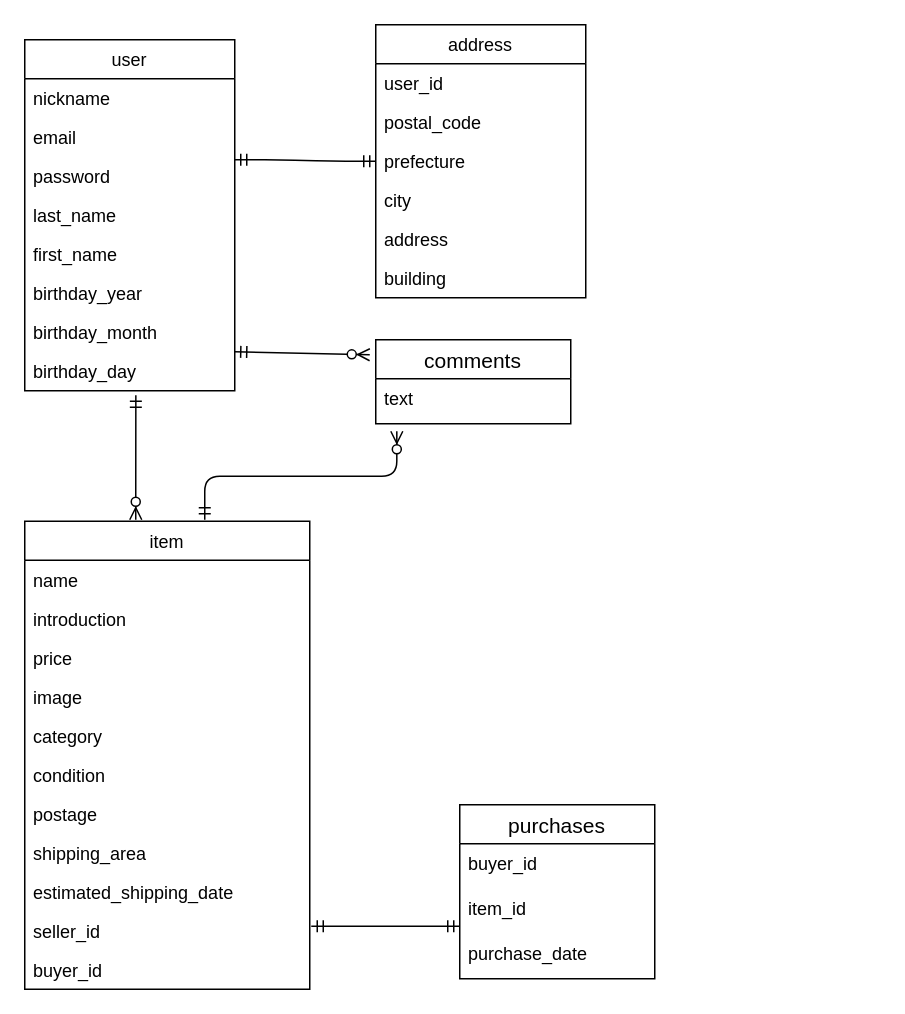
Before: furima-31996.dio in mr0216/furima-31996, a draw.io diagram. Source tidied: cells renumbered, new cells numbered last; positions are measured from the earlier drawing's top-left corner, leaving out a move shared by most shapes. Both pictures are drawn from the tidied source at 150%, with x=0, y=0 at pixel (24, 24).
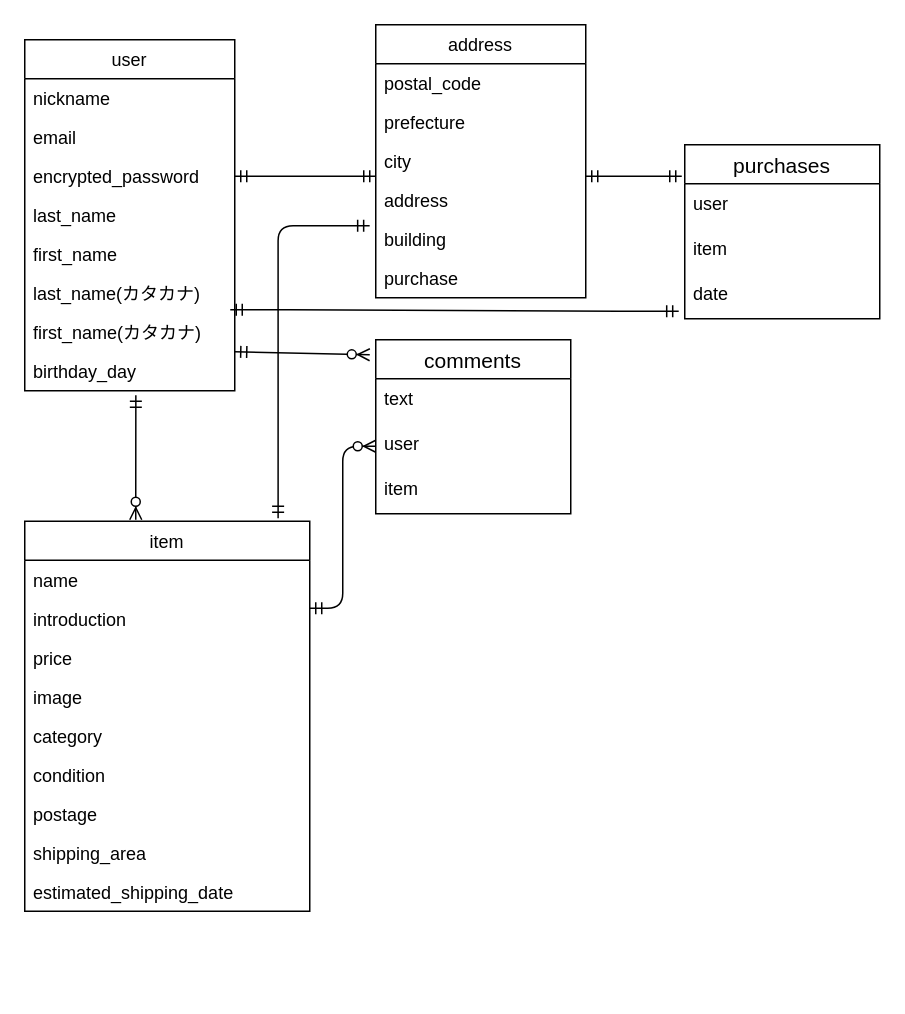
After the change.

The change refers to these unchanged cells:
```xml
<mxCell id="2" value="user" style="swimlane;fontStyle=0;horizontal=1;startSize=26;fillColor=none;" parent="1" vertex="1">
  <mxGeometry y="10" width="140" height="234" as="geometry" />
</mxCell>
<mxCell id="10" value="birthday_day" style="text;strokeColor=none;fillColor=none;align=left;verticalAlign=top;spacingLeft=4;spacingRight=4;overflow=hidden;points=[[0,0.5],[1,0.5]];portConstraint=eastwest;" parent="2" vertex="1">
  <mxGeometry y="208" width="140" height="26" as="geometry" />
</mxCell>
<mxCell id="12" value="address" style="swimlane;fontStyle=0;horizontal=1;startSize=26;fillColor=none;" parent="1" vertex="1">
  <mxGeometry x="234" width="140" height="182" as="geometry" />
</mxCell>
```

Diff of the diagram source:
```diff
@@
-    <mxCell id="5" value="password" style="text;strokeColor=none;fillColor=none;align=left;verticalAlign=top;spacingLeft=4;spacingRight=4;overflow=hidden;" parent="2" vertex="1">
+    <mxCell id="5" value="encrypted_password" style="text;strokeColor=none;fillColor=none;align=left;verticalAlign=top;spacingLeft=4;spacingRight=4;overflow=hidden;" parent="2" vertex="1">
       <mxGeometry y="78" width="140" height="26" as="geometry" />
     </mxCell>
@@
-    <mxCell id="8" value="birthday_year" style="text;strokeColor=none;fillColor=none;align=left;verticalAlign=top;spacingLeft=4;spacingRight=4;overflow=hidden;" parent="2" vertex="1">
+    <mxCell id="8" value="last_name(カタカナ)" style="text;strokeColor=none;fillColor=none;align=left;verticalAlign=top;spacingLeft=4;spacingRight=4;overflow=hidden;" parent="2" vertex="1">
       <mxGeometry y="156" width="140" height="26" as="geometry" />
     </mxCell>
-    <mxCell id="9" value="birthday_month" style="text;strokeColor=none;fillColor=none;align=left;verticalAlign=top;spacingLeft=4;spacingRight=4;overflow=hidden;" parent="2" vertex="1">
+    <mxCell id="9" value="first_name(カタカナ)" style="text;strokeColor=none;fillColor=none;align=left;verticalAlign=top;spacingLeft=4;spacingRight=4;overflow=hidden;" parent="2" vertex="1">
       <mxGeometry y="182" width="140" height="26" as="geometry" />
     </mxCell>
@@
-    <mxCell id="11" style="edgeStyle=entityRelationEdgeStyle;fontSize=12;html=1;endArrow=ERmandOne;startArrow=ERmandOne;entryX=0;entryY=0.833;entryDx=0;entryDy=0;entryPerimeter=0;" parent="1" edge="1" target="33">
+    <mxCell id="11" style="edgeStyle=entityRelationEdgeStyle;fontSize=12;html=1;endArrow=ERmandOne;startArrow=ERmandOne;entryX=-0.031;entryY=0.833;entryDx=0;entryDy=0;entryPerimeter=0;" parent="1" edge="1" target="34">
       <mxGeometry relative="1" as="geometry">
-        <mxPoint x="191" y="601" as="sourcePoint" />
+        <mxPoint x="137" y="190" as="sourcePoint" />
       </mxGeometry>
     </mxCell>
@@
-    <mxCell id="13" value="user_id" style="text;strokeColor=none;fillColor=none;align=left;verticalAlign=top;spacingLeft=4;spacingRight=4;overflow=hidden;" parent="12" vertex="1">
-      <mxGeometry y="26" width="140" height="26" as="geometry" />
-    </mxCell>
     <mxCell id="14" value="postal_code" style="text;strokeColor=none;fillColor=none;align=left;verticalAlign=top;spacingLeft=4;spacingRight=4;overflow=hidden;" parent="12" vertex="1">
-      <mxGeometry y="52" width="140" height="26" as="geometry" />
+      <mxGeometry y="26" width="140" height="26" as="geometry" />
     </mxCell>
     <mxCell id="15" value="prefecture" style="text;strokeColor=none;fillColor=none;align=left;verticalAlign=top;spacingLeft=4;spacingRight=4;overflow=hidden;points=[[0,0.5],[1,0.5]];portConstraint=eastwest;" parent="12" vertex="1">
-      <mxGeometry y="78" width="140" height="26" as="geometry" />
+      <mxGeometry y="52" width="140" height="26" as="geometry" />
     </mxCell>
     <mxCell id="16" value="city" style="text;strokeColor=none;fillColor=none;align=left;verticalAlign=top;spacingLeft=4;spacingRight=4;overflow=hidden;" parent="12" vertex="1">
-      <mxGeometry y="104" width="140" height="26" as="geometry" />
+      <mxGeometry y="78" width="140" height="26" as="geometry" />
     </mxCell>
     <mxCell id="17" value="address" style="text;strokeColor=none;fillColor=none;align=left;verticalAlign=top;spacingLeft=4;spacingRight=4;overflow=hidden;" parent="12" vertex="1">
-      <mxGeometry y="130" width="140" height="26" as="geometry" />
+      <mxGeometry y="104" width="140" height="26" as="geometry" />
     </mxCell>
     <mxCell id="18" value="building" style="text;strokeColor=none;fillColor=none;align=left;verticalAlign=top;spacingLeft=4;spacingRight=4;overflow=hidden;points=[[0,0.5],[1,0.5]];portConstraint=eastwest;" parent="12" vertex="1">
-      <mxGeometry y="156" width="140" height="26" as="geometry" />
+      <mxGeometry y="130" width="140" height="26" as="geometry" />
     </mxCell>
+    <mxCell id="41" value="purchase" style="text;strokeColor=none;fillColor=none;align=left;verticalAlign=top;spacingLeft=4;spacingRight=4;overflow=hidden;" parent="12" vertex="1">
+      <mxGeometry y="156" width="140" height="26" as="geometry" />
+    </mxCell>
     <mxCell id="19" value="item" style="swimlane;fontStyle=0;horizontal=1;startSize=26;fillColor=none;" parent="1" vertex="1">
-      <mxGeometry y="331" width="190" height="312" as="geometry" />
+      <mxGeometry y="331" width="190" height="260" as="geometry" />
     </mxCell>
@@
-    <mxCell id="29" value="seller_id" style="text;strokeColor=none;fillColor=none;align=left;verticalAlign=top;spacingLeft=4;spacingRight=4;overflow=hidden;" parent="19" vertex="1">
-      <mxGeometry y="260" width="190" height="26" as="geometry" />
-    </mxCell>
-    <mxCell id="30" value="buyer_id" style="text;strokeColor=none;fillColor=none;align=left;verticalAlign=top;spacingLeft=4;spacingRight=4;overflow=hidden;" parent="19" vertex="1">
-      <mxGeometry y="286" width="190" height="26" as="geometry" />
-    </mxCell>
+    <mxCell id="35" style="edgeStyle=orthogonalEdgeStyle;fontSize=12;html=1;endArrow=ERmandOne;startArrow=ERmandOne;entryX=-0.029;entryY=0.154;entryDx=0;entryDy=0;entryPerimeter=0;exitX=0.889;exitY=-0.008;exitDx=0;exitDy=0;exitPerimeter=0;" parent="1" edge="1" source="19" target="18">
+      <mxGeometry relative="1" as="geometry" />
+    </mxCell>
+    <mxCell id="36" style="fontSize=12;html=1;endArrow=ERzeroToMany;startArrow=ERmandOne;exitX=0.529;exitY=1.115;exitDx=0;exitDy=0;exitPerimeter=0;" parent="1" edge="1" source="10">
+      <mxGeometry relative="1" as="geometry">
+        <mxPoint x="74" y="330" as="targetPoint" />
+        <Array as="points">
+          <mxPoint x="74" y="310" />
+        </Array>
+      </mxGeometry>
+    </mxCell>
+    <mxCell id="37" value="comments" style="swimlane;fontStyle=0;horizontal=1;startSize=26;align=center;fontSize=14;" parent="1" vertex="1">
+      <mxGeometry x="234" y="210" width="130" height="116" as="geometry" />
+    </mxCell>
+    <mxCell id="38" value="text" style="text;strokeColor=none;fillColor=none;spacingLeft=4;spacingRight=4;overflow=hidden;points=[[0,0.5],[1,0.5]];portConstraint=eastwest;fontSize=12;" parent="37" vertex="1">
+      <mxGeometry y="26" width="130" height="30" as="geometry" />
+    </mxCell>
+    <mxCell id="42" value="user" style="text;strokeColor=none;fillColor=none;spacingLeft=4;spacingRight=4;overflow=hidden;points=[[0,0.5],[1,0.5]];portConstraint=eastwest;fontSize=12;" parent="37" vertex="1">
+      <mxGeometry y="56" width="130" height="30" as="geometry" />
+    </mxCell>
+    <mxCell id="43" value="item" style="text;strokeColor=none;fillColor=none;spacingLeft=4;spacingRight=4;overflow=hidden;fontSize=12;" parent="37" vertex="1">
+      <mxGeometry y="86" width="130" height="30" as="geometry" />
+    </mxCell>
+    <mxCell id="39" style="fontSize=12;html=1;endArrow=ERzeroToMany;startArrow=ERmandOne;exitX=1;exitY=0;exitDx=0;exitDy=0;exitPerimeter=0;" parent="1" edge="1" source="10">
+      <mxGeometry relative="1" as="geometry">
+        <mxPoint x="230" y="220" as="targetPoint" />
+      </mxGeometry>
+    </mxCell>
+    <mxCell id="40" style="fontSize=12;html=1;endArrow=ERzeroToMany;startArrow=ERmandOne;edgeStyle=elbowEdgeStyle;entryX=0;entryY=0.5;entryDx=0;entryDy=0;" parent="1" edge="1" target="42">
+      <mxGeometry relative="1" as="geometry">
+        <mxPoint x="190" y="389" as="sourcePoint" />
+      </mxGeometry>
+    </mxCell>
     <mxCell id="31" value="purchases" style="swimlane;fontStyle=0;horizontal=1;startSize=26;align=center;fontSize=14;" parent="1" vertex="1">
-      <mxGeometry x="290" y="520" width="130" height="116" as="geometry" />
+      <mxGeometry x="440" y="80" width="130" height="116" as="geometry" />
     </mxCell>
-    <mxCell id="32" value="buyer_id" style="text;strokeColor=none;fillColor=none;spacingLeft=4;spacingRight=4;overflow=hidden;fontSize=12;" parent="31" vertex="1">
+    <mxCell id="32" value="user" style="text;strokeColor=none;fillColor=none;spacingLeft=4;spacingRight=4;overflow=hidden;fontSize=12;" parent="31" vertex="1">
       <mxGeometry y="26" width="130" height="30" as="geometry" />
     </mxCell>
-    <mxCell id="33" value="item_id" style="text;strokeColor=none;fillColor=none;spacingLeft=4;spacingRight=4;overflow=hidden;points=[[0,0.5],[1,0.5]];portConstraint=eastwest;fontSize=12;" parent="31" vertex="1">
+    <mxCell id="33" value="item" style="text;strokeColor=none;fillColor=none;spacingLeft=4;spacingRight=4;overflow=hidden;points=[[0,0.5],[1,0.5]];portConstraint=eastwest;fontSize=12;" parent="31" vertex="1">
       <mxGeometry y="56" width="130" height="30" as="geometry" />
     </mxCell>
-    <mxCell id="34" value="purchase_date" style="text;strokeColor=none;fillColor=none;spacingLeft=4;spacingRight=4;overflow=hidden;points=[[0,0.5],[1,0.5]];portConstraint=eastwest;fontSize=12;" parent="31" vertex="1">
+    <mxCell id="34" value="date" style="text;strokeColor=none;fillColor=none;spacingLeft=4;spacingRight=4;overflow=hidden;points=[[0,0.5],[1,0.5]];portConstraint=eastwest;fontSize=12;" parent="31" vertex="1">
       <mxGeometry y="86" width="130" height="30" as="geometry" />
     </mxCell>
-    <mxCell id="35" style="edgeStyle=entityRelationEdgeStyle;fontSize=12;html=1;endArrow=ERmandOne;startArrow=ERmandOne;entryX=0;entryY=0.5;entryDx=0;entryDy=0;" parent="1" edge="1" target="15">
-      <mxGeometry relative="1" as="geometry">
-        <mxPoint x="140" y="90" as="sourcePoint" />
-      </mxGeometry>
-    </mxCell>
-    <mxCell id="36" style="fontSize=12;html=1;endArrow=ERzeroToMany;startArrow=ERmandOne;exitX=0.529;exitY=1.115;exitDx=0;exitDy=0;exitPerimeter=0;" parent="1" edge="1" source="10">
-      <mxGeometry relative="1" as="geometry">
-        <mxPoint x="74" y="330" as="targetPoint" />
-        <Array as="points">
-          <mxPoint x="74" y="310" />
-        </Array>
-      </mxGeometry>
-    </mxCell>
-    <mxCell id="37" value="comments" style="swimlane;fontStyle=0;horizontal=1;startSize=26;align=center;fontSize=14;" parent="1" vertex="1">
-      <mxGeometry x="234" y="210" width="130" height="56" as="geometry" />
-    </mxCell>
-    <mxCell id="38" value="text" style="text;strokeColor=none;fillColor=none;spacingLeft=4;spacingRight=4;overflow=hidden;points=[[0,0.5],[1,0.5]];portConstraint=eastwest;fontSize=12;" parent="37" vertex="1">
-      <mxGeometry y="26" width="130" height="30" as="geometry" />
-    </mxCell>
-    <mxCell id="39" style="fontSize=12;html=1;endArrow=ERzeroToMany;startArrow=ERmandOne;exitX=1;exitY=0;exitDx=0;exitDy=0;exitPerimeter=0;" parent="1" edge="1" source="10">
-      <mxGeometry relative="1" as="geometry">
-        <mxPoint x="230" y="220" as="targetPoint" />
-      </mxGeometry>
-    </mxCell>
-    <mxCell id="40" style="fontSize=12;html=1;endArrow=ERzeroToMany;startArrow=ERmandOne;edgeStyle=elbowEdgeStyle;entryX=0.108;entryY=1.167;entryDx=0;entryDy=0;elbow=vertical;entryPerimeter=0;" parent="1" edge="1" target="38">
-      <mxGeometry relative="1" as="geometry">
-        <mxPoint x="120" y="330" as="sourcePoint" />
-      </mxGeometry>
-    </mxCell>
+    <mxCell id="44" style="edgeStyle=entityRelationEdgeStyle;fontSize=12;html=1;endArrow=ERmandOne;startArrow=ERmandOne;entryX=0;entryY=0.5;entryDx=0;entryDy=0;" parent="1" edge="1">
+      <mxGeometry relative="1" as="geometry">
+        <mxPoint x="140" y="101" as="sourcePoint" />
+        <mxPoint x="234" y="101" as="targetPoint" />
+      </mxGeometry>
+    </mxCell>
+    <mxCell id="45" style="edgeStyle=entityRelationEdgeStyle;fontSize=12;html=1;endArrow=ERmandOne;startArrow=ERmandOne;" parent="1" edge="1">
+      <mxGeometry relative="1" as="geometry">
+        <mxPoint x="374" y="101" as="sourcePoint" />
+        <mxPoint x="438" y="101" as="targetPoint" />
+      </mxGeometry>
+    </mxCell>
```
